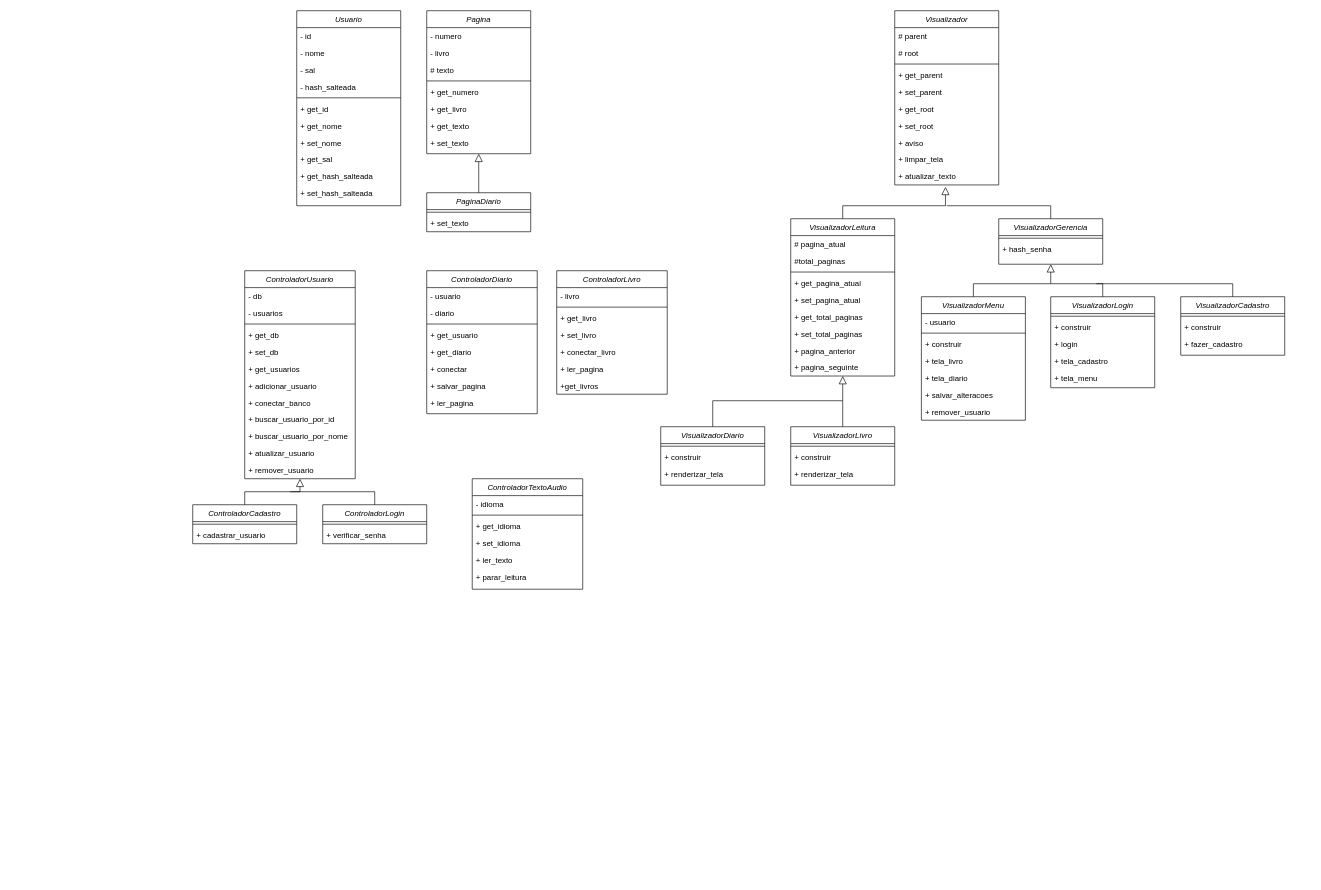
This is diagrama.drawio from gabisartori/INE5404-trabalho-final, a draw.io file, before an edit. Source tidied: cells renumbered, new cells numbered last; positions are measured from the earlier drawing's top-left corner, leaving out a move shared by most shapes. Both pictures are drawn from the tidied source at 65%, with x=0, y=0 at pixel (192, 10).
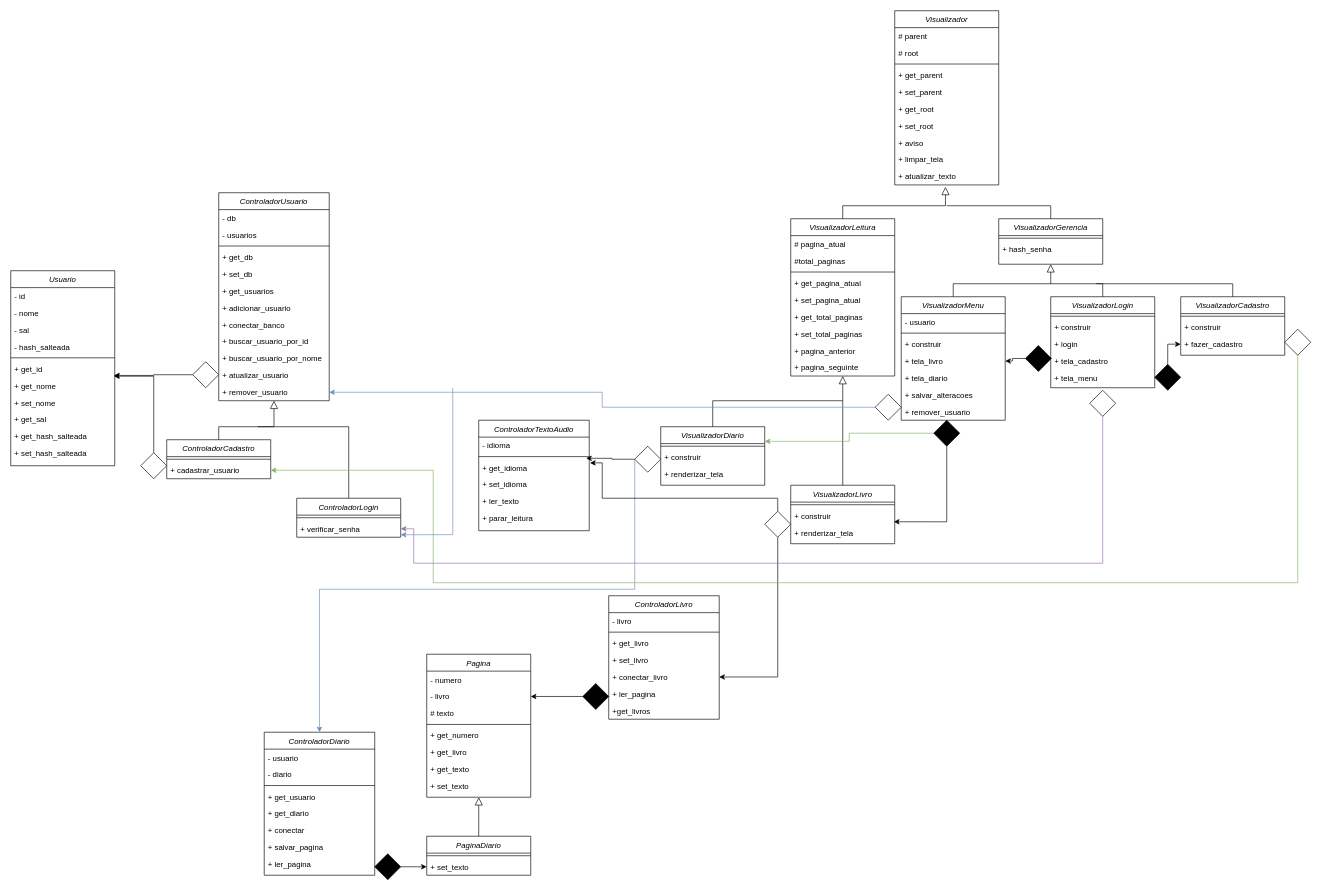
The same page after the edit.

Commit message:
associações no diagrama

Unchanged cells that the change refers to:
```xml
<mxCell id="32" value="+ tela_livro" style="text;align=left;verticalAlign=top;spacingLeft=4;spacingRight=4;overflow=hidden;points=[[0,0.5],[1,0.5]];portConstraint=eastwest;" parent="28" vertex="1">
  <mxGeometry y="86" width="160" height="26" as="geometry" />
</mxCell>
<mxCell id="47" value="+ fazer_cadastro" style="text;align=left;verticalAlign=top;spacingLeft=4;spacingRight=4;overflow=hidden;points=[[0,0.5],[1,0.5]];portConstraint=eastwest;" parent="44" vertex="1">
  <mxGeometry y="60" width="160" height="26" as="geometry" />
</mxCell>
<mxCell id="52" value="+ renderizar_tela" style="text;align=left;verticalAlign=top;spacingLeft=4;spacingRight=4;overflow=hidden;points=[[0,0.5],[1,0.5]];portConstraint=eastwest;" parent="49" vertex="1">
  <mxGeometry y="60" width="160" height="26" as="geometry" />
</mxCell>
<mxCell id="54" value="VisualizadorDiario" style="swimlane;fontStyle=2;align=center;verticalAlign=top;horizontal=1;startSize=26;rounded=0;shadow=0;strokeWidth=1;" parent="1" vertex="1">
  <mxGeometry x="720" y="640" width="160" height="90" as="geometry" />
</mxCell>
<mxCell id="66" value="+ get_nome" style="text;align=left;verticalAlign=top;spacingLeft=4;spacingRight=4;overflow=hidden;points=[[0,0.5],[1,0.5]];portConstraint=eastwest;" parent="59" vertex="1">
  <mxGeometry y="164" width="160" height="26" as="geometry" />
</mxCell>
<mxCell id="73" value="- livro" style="text;align=left;verticalAlign=top;spacingLeft=4;spacingRight=4;overflow=hidden;points=[[0,0.5],[1,0.5]];portConstraint=eastwest;rounded=0;shadow=0;html=0;" parent="71" vertex="1">
  <mxGeometry y="52" width="160" height="26" as="geometry" />
</mxCell>
<mxCell id="82" value="+ set_texto" style="text;align=left;verticalAlign=top;spacingLeft=4;spacingRight=4;overflow=hidden;points=[[0,0.5],[1,0.5]];portConstraint=eastwest;" parent="80" vertex="1">
  <mxGeometry y="34" width="160" height="26" as="geometry" />
</mxCell>
<mxCell id="96" value="+ remover_usuario" style="text;align=left;verticalAlign=top;spacingLeft=4;spacingRight=4;overflow=hidden;points=[[0,0.5],[1,0.5]];portConstraint=eastwest;" parent="84" vertex="1">
  <mxGeometry y="294" width="170" height="26" as="geometry" />
</mxCell>
<mxCell id="99" value="+ cadastrar_usuario" style="text;align=left;verticalAlign=top;spacingLeft=4;spacingRight=4;overflow=hidden;points=[[0,0.5],[1,0.5]];portConstraint=eastwest;" parent="97" vertex="1">
  <mxGeometry y="34" width="160" height="26" as="geometry" />
</mxCell>
<mxCell id="103" value="+ verificar_senha" style="text;align=left;verticalAlign=top;spacingLeft=4;spacingRight=4;overflow=hidden;points=[[0,0.5],[1,0.5]];portConstraint=eastwest;" parent="101" vertex="1">
  <mxGeometry y="34" width="160" height="26" as="geometry" />
</mxCell>
<mxCell id="119" value="+ conectar_livro" style="text;align=left;verticalAlign=top;spacingLeft=4;spacingRight=4;overflow=hidden;points=[[0,0.5],[1,0.5]];portConstraint=eastwest;" parent="114" vertex="1">
  <mxGeometry y="112" width="170" height="26" as="geometry" />
</mxCell>
<mxCell id="125" value="+ get_idioma" style="text;align=left;verticalAlign=top;spacingLeft=4;spacingRight=4;overflow=hidden;points=[[0,0.5],[1,0.5]];portConstraint=eastwest;" parent="122" vertex="1">
  <mxGeometry y="60" width="170" height="26" as="geometry" />
</mxCell>
```

What changed in the source:
```diff
@@
     <mxCell id="28" value="VisualizadorMenu" style="swimlane;fontStyle=2;align=center;verticalAlign=top;horizontal=1;startSize=26;rounded=0;shadow=0;strokeWidth=1;" parent="1" vertex="1">
-      <mxGeometry x="1121" y="440" width="160" height="190" as="geometry" />
+      <mxGeometry x="1090" y="440" width="160" height="190" as="geometry" />
     </mxCell>
@@
     <mxCell id="49" value="VisualizadorLivro" style="swimlane;fontStyle=2;align=center;verticalAlign=top;horizontal=1;startSize=26;rounded=0;shadow=0;strokeWidth=1;" parent="1" vertex="1">
-      <mxGeometry x="920" y="640" width="160" height="90" as="geometry" />
+      <mxGeometry x="920" y="730" width="160" height="90" as="geometry" />
     </mxCell>
@@
     <mxCell id="59" value="Usuario" style="swimlane;fontStyle=2;align=center;verticalAlign=top;horizontal=1;startSize=26;rounded=0;shadow=0;strokeWidth=1;" parent="1" vertex="1">
-      <mxGeometry x="160" width="160" height="300" as="geometry" />
+      <mxGeometry x="-280" y="400" width="160" height="300" as="geometry" />
     </mxCell>
@@
     <mxCell id="71" value="Pagina" style="swimlane;fontStyle=2;align=center;verticalAlign=top;horizontal=1;startSize=26;rounded=0;shadow=0;strokeWidth=1;" parent="1" vertex="1">
-      <mxGeometry x="360" width="160" height="220" as="geometry" />
+      <mxGeometry x="360" y="990" width="160" height="220" as="geometry" />
     </mxCell>
@@
     <mxCell id="80" value="PaginaDiario" style="swimlane;fontStyle=2;align=center;verticalAlign=top;horizontal=1;startSize=26;rounded=0;shadow=0;strokeWidth=1;" parent="1" vertex="1">
-      <mxGeometry x="360" y="280" width="160" height="60" as="geometry" />
+      <mxGeometry x="360" y="1270" width="160" height="60" as="geometry" />
     </mxCell>
@@
     <mxCell id="83" style="endArrow=block;endSize=10;endFill=0;shadow=0;strokeWidth=1;rounded=0;edgeStyle=elbowEdgeStyle;elbow=vertical;exitX=0.5;exitY=0;exitDx=0;exitDy=0;entryX=0.5;entryY=1;entryDx=0;entryDy=0;" parent="1" edge="1" source="80" target="71">
       <mxGeometry relative="1" as="geometry">
         <Array as="points">
-          <mxPoint x="450" y="260" />
+          <mxPoint x="450" y="1250" />
         </Array>
       </mxGeometry>
     </mxCell>
     <mxCell id="84" value="ControladorUsuario" style="swimlane;fontStyle=2;align=center;verticalAlign=top;horizontal=1;startSize=26;rounded=0;shadow=0;strokeWidth=1;" parent="1" vertex="1">
-      <mxGeometry x="80" y="400" width="170" height="320" as="geometry" />
+      <mxGeometry x="40" y="280" width="170" height="320" as="geometry" />
     </mxCell>
@@
     <mxCell id="97" value="ControladorCadastro" style="swimlane;fontStyle=2;align=center;verticalAlign=top;horizontal=1;startSize=26;rounded=0;shadow=0;strokeWidth=1;" parent="1" vertex="1">
-      <mxGeometry y="760" width="160" height="60" as="geometry" />
+      <mxGeometry x="-40" y="660" width="160" height="60" as="geometry" />
     </mxCell>
@@
     <mxCell id="100" style="endArrow=block;endSize=10;endFill=0;shadow=0;strokeWidth=1;rounded=0;edgeStyle=elbowEdgeStyle;elbow=vertical;exitX=0.5;exitY=0;exitDx=0;exitDy=0;entryX=0.5;entryY=1;entryDx=0;entryDy=0;" parent="1" edge="1" source="97" target="84">
       <mxGeometry relative="1" as="geometry">
         <Array as="points">
-          <mxPoint x="120" y="740" />
+          <mxPoint x="100" y="640" />
           <mxPoint x="210" y="760" />
         </Array>
       </mxGeometry>
     </mxCell>
     <mxCell id="101" value="ControladorLogin" style="swimlane;fontStyle=2;align=center;verticalAlign=top;horizontal=1;startSize=26;rounded=0;shadow=0;strokeWidth=1;" parent="1" vertex="1">
-      <mxGeometry x="200" y="760" width="160" height="60" as="geometry" />
+      <mxGeometry x="160" y="750" width="160" height="60" as="geometry" />
     </mxCell>
@@
     <mxCell id="104" style="endArrow=none;html=1;rounded=0;exitX=0.5;exitY=0;exitDx=0;exitDy=0;" parent="1" edge="1" source="101">
       <mxGeometry relative="1" as="geometry">
-        <mxPoint x="150" y="740" as="targetPoint" />
+        <mxPoint x="100" y="640" as="targetPoint" />
         <Array as="points">
-          <mxPoint x="280" y="740" />
+          <mxPoint x="240" y="640" />
         </Array>
       </mxGeometry>
     </mxCell>
     <mxCell id="105" value="ControladorDiario" style="swimlane;fontStyle=2;align=center;verticalAlign=top;horizontal=1;startSize=26;rounded=0;shadow=0;strokeWidth=1;" parent="1" vertex="1">
-      <mxGeometry x="360" y="400" width="170" height="220" as="geometry" />
+      <mxGeometry x="110" y="1110" width="170" height="220" as="geometry" />
     </mxCell>
@@
     <mxCell id="114" value="ControladorLivro" style="swimlane;fontStyle=2;align=center;verticalAlign=top;horizontal=1;startSize=26;rounded=0;shadow=0;strokeWidth=1;" parent="1" vertex="1">
-      <mxGeometry x="560" y="400" width="170" height="190" as="geometry" />
+      <mxGeometry x="640" y="900" width="170" height="190" as="geometry" />
     </mxCell>
@@
     <mxCell id="122" value="ControladorTextoAudio" style="swimlane;fontStyle=2;align=center;verticalAlign=top;horizontal=1;startSize=26;rounded=0;shadow=0;strokeWidth=1;" parent="1" vertex="1">
-      <mxGeometry x="430" y="720" width="170" height="170" as="geometry" />
+      <mxGeometry x="440" y="630" width="170" height="170" as="geometry" />
     </mxCell>
@@
+    <mxCell id="129" style="edgeStyle=orthogonalEdgeStyle;rounded=0;jettySize=auto;html=1;entryX=0;entryY=0.5;entryDx=0;entryDy=0;" parent="1" edge="1" source="130" target="82">
+      <mxGeometry relative="1" as="geometry" />
+    </mxCell>
+    <mxCell id="130" style="rhombus;whiteSpace=wrap;html=1;fillColor=#000000;" parent="1" vertex="1">
+      <mxGeometry x="280" y="1297" width="40" height="40" as="geometry" />
+    </mxCell>
+    <mxCell id="131" style="edgeStyle=orthogonalEdgeStyle;rounded=0;jettySize=auto;html=1;entryX=0.993;entryY=-0.111;entryDx=0;entryDy=0;entryPerimeter=0;" parent="1" edge="1" source="132" target="66">
+      <mxGeometry relative="1" as="geometry" />
+    </mxCell>
+    <mxCell id="132" style="rhombus;whiteSpace=wrap;html=1;" parent="1" vertex="1">
+      <mxGeometry y="540" width="40" height="40" as="geometry" />
+    </mxCell>
+    <mxCell id="133" style="edgeStyle=orthogonalEdgeStyle;rounded=0;jettySize=auto;html=1;entryX=0.993;entryY=-0.066;entryDx=0;entryDy=0;entryPerimeter=0;" parent="1" edge="1" source="134" target="66">
+      <mxGeometry relative="1" as="geometry" />
+    </mxCell>
+    <mxCell id="134" style="rhombus;whiteSpace=wrap;html=1;" parent="1" vertex="1">
+      <mxGeometry x="-80" y="680" width="40" height="40" as="geometry" />
+    </mxCell>
+    <mxCell id="135" style="edgeStyle=orthogonalEdgeStyle;rounded=0;jettySize=auto;html=1;entryX=1;entryY=0.5;entryDx=0;entryDy=0;" parent="1" edge="1" source="136" target="73">
+      <mxGeometry relative="1" as="geometry" />
+    </mxCell>
+    <mxCell id="136" style="rhombus;whiteSpace=wrap;html=1;fillColor=#000000;" parent="1" vertex="1">
+      <mxGeometry x="600" y="1035" width="40" height="40" as="geometry" />
+    </mxCell>
+    <mxCell id="137" style="edgeStyle=orthogonalEdgeStyle;rounded=0;jettySize=auto;html=1;entryX=0.972;entryY=-0.054;entryDx=0;entryDy=0;entryPerimeter=0;" parent="1" edge="1" source="139" target="125">
+      <mxGeometry relative="1" as="geometry" />
+    </mxCell>
+    <mxCell id="138" style="edgeStyle=orthogonalEdgeStyle;rounded=0;jettySize=auto;html=1;entryX=0.5;entryY=0;entryDx=0;entryDy=0;fillColor=#dae8fc;strokeColor=#6c8ebf;" parent="1" edge="1" source="139" target="105">
+      <mxGeometry relative="1" as="geometry">
+        <Array as="points">
+          <mxPoint x="680" y="890" />
+          <mxPoint x="195" y="890" />
+        </Array>
+      </mxGeometry>
+    </mxCell>
+    <mxCell id="139" style="rhombus;whiteSpace=wrap;html=1;" parent="1" vertex="1">
+      <mxGeometry x="680" y="670" width="40" height="40" as="geometry" />
+    </mxCell>
+    <mxCell id="140" style="edgeStyle=orthogonalEdgeStyle;rounded=0;jettySize=auto;html=1;entryX=1.007;entryY=0.217;entryDx=0;entryDy=0;entryPerimeter=0;" parent="1" edge="1" source="142" target="125">
+      <mxGeometry relative="1" as="geometry">
+        <Array as="points">
+          <mxPoint x="900" y="750" />
+          <mxPoint x="630" y="750" />
+          <mxPoint x="630" y="696" />
+        </Array>
+      </mxGeometry>
+    </mxCell>
+    <mxCell id="141" style="edgeStyle=orthogonalEdgeStyle;rounded=0;jettySize=auto;html=1;entryX=1;entryY=0.5;entryDx=0;entryDy=0;" parent="1" edge="1" source="142" target="119">
+      <mxGeometry relative="1" as="geometry" />
+    </mxCell>
+    <mxCell id="142" style="rhombus;whiteSpace=wrap;html=1;" parent="1" vertex="1">
+      <mxGeometry x="880" y="770" width="40" height="40" as="geometry" />
+    </mxCell>
+    <mxCell id="143" style="edgeStyle=orthogonalEdgeStyle;rounded=0;jettySize=auto;html=1;entryX=1;entryY=0.5;entryDx=0;entryDy=0;fillColor=#d5e8d4;strokeColor=#82b366;" parent="1" edge="1" source="144" target="99">
+      <mxGeometry relative="1" as="geometry">
+        <Array as="points">
+          <mxPoint x="1700" y="880" />
+          <mxPoint x="370" y="880" />
+          <mxPoint x="370" y="707" />
+        </Array>
+      </mxGeometry>
+    </mxCell>
+    <mxCell id="144" style="rhombus;whiteSpace=wrap;html=1;" parent="1" vertex="1">
+      <mxGeometry x="1680" y="490" width="40" height="40" as="geometry" />
+    </mxCell>
+    <mxCell id="145" style="edgeStyle=orthogonalEdgeStyle;rounded=0;jettySize=auto;html=1;" parent="1" edge="1" source="146" target="47">
+      <mxGeometry relative="1" as="geometry" />
+    </mxCell>
+    <mxCell id="146" style="rhombus;whiteSpace=wrap;html=1;fillColor=#000000;" parent="1" vertex="1">
+      <mxGeometry x="1480" y="544" width="40" height="40" as="geometry" />
+    </mxCell>
+    <mxCell id="147" style="edgeStyle=orthogonalEdgeStyle;rounded=0;jettySize=auto;html=1;" parent="1" edge="1" source="148" target="32">
+      <mxGeometry relative="1" as="geometry" />
+    </mxCell>
+    <mxCell id="148" style="rhombus;whiteSpace=wrap;html=1;fillColor=#000000;" parent="1" vertex="1">
+      <mxGeometry x="1281" y="515" width="40" height="40" as="geometry" />
+    </mxCell>
+    <mxCell id="149" style="edgeStyle=orthogonalEdgeStyle;rounded=0;jettySize=auto;html=1;entryX=0.992;entryY=-0.144;entryDx=0;entryDy=0;entryPerimeter=0;" parent="1" edge="1" source="151" target="52">
+      <mxGeometry relative="1" as="geometry" />
+    </mxCell>
+    <mxCell id="150" style="edgeStyle=orthogonalEdgeStyle;rounded=0;jettySize=auto;html=1;entryX=1;entryY=0.25;entryDx=0;entryDy=0;fillColor=#d5e8d4;strokeColor=#82b366;" parent="1" edge="1" source="151" target="54">
+      <mxGeometry relative="1" as="geometry" />
+    </mxCell>
+    <mxCell id="151" style="rhombus;whiteSpace=wrap;html=1;fillColor=#000000;" parent="1" vertex="1">
+      <mxGeometry x="1140" y="630" width="40" height="40" as="geometry" />
+    </mxCell>
+    <mxCell id="152" style="edgeStyle=orthogonalEdgeStyle;rounded=0;jettySize=auto;html=1;entryX=1;entryY=0.5;entryDx=0;entryDy=0;fillColor=#e1d5e7;strokeColor=#9673a6;" parent="1" edge="1" source="153" target="103">
+      <mxGeometry relative="1" as="geometry">
+        <Array as="points">
+          <mxPoint x="1400" y="850" />
+          <mxPoint x="340" y="850" />
+          <mxPoint x="340" y="797" />
+        </Array>
+      </mxGeometry>
+    </mxCell>
+    <mxCell id="153" style="rhombus;whiteSpace=wrap;html=1;" parent="1" vertex="1">
+      <mxGeometry x="1380" y="584" width="40" height="40" as="geometry" />
+    </mxCell>
+    <mxCell id="154" style="edgeStyle=orthogonalEdgeStyle;rounded=0;jettySize=auto;html=1;fillColor=#dae8fc;strokeColor=#6c8ebf;entryX=1;entryY=0.5;entryDx=0;entryDy=0;" parent="1" edge="1" source="155" target="96">
+      <mxGeometry relative="1" as="geometry" />
+    </mxCell>
+    <mxCell id="155" style="rhombus;whiteSpace=wrap;html=1;" parent="1" vertex="1">
+      <mxGeometry x="1050" y="590" width="40" height="40" as="geometry" />
+    </mxCell>
+    <mxCell id="156" style="endArrow=classic;html=1;rounded=0;entryX=1;entryY=0.856;entryDx=0;entryDy=0;entryPerimeter=0;fillColor=#dae8fc;strokeColor=#6c8ebf;" parent="1" edge="1" target="103">
+      <mxGeometry relative="1" as="geometry">
+        <mxPoint x="400" y="580" as="sourcePoint" />
+        <Array as="points">
+          <mxPoint x="400" y="806" />
+        </Array>
+      </mxGeometry>
+    </mxCell>
```
